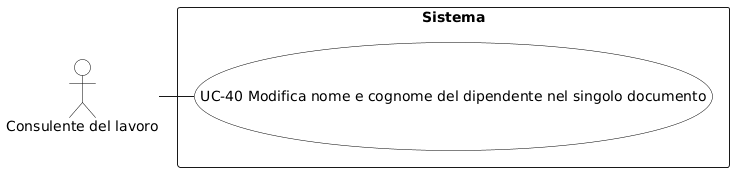
The PlantUML diagram RTB/Analisi dei Requisiti/diagrammi_use_case/UC-40.png in aLittleByte-19/Documentazione, before a commit.
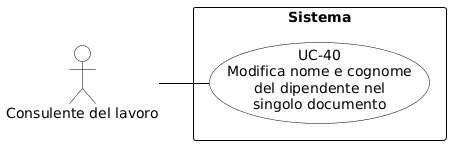
After the commit.

Diff of the diagram source:
```diff
@@ -1,20 +1,29 @@
 @startuml
-skinparam backgroundColor white
+skinparam shadowing false
+skinparam defaultFontName Arial
+left to right direction
+skinparam nodesep 15
+skinparam ranksep 50
+
+skinparam usecase {
+    BackgroundColor white
+    BorderColor black
+    ArrowColor black
+}
 skinparam actor {
-  BackgroundColor white
-  BorderColor black
-  FontColor black
+    BackgroundColor white
+    BorderColor black
 }
-skinparam usecase {
-  BackgroundColor white
-  BorderColor black
-  FontColor black
+skinparam rectangle {
+    BorderColor black
+    FontStyle bold
 }
-actor "Consulente del lavoro" as C
+
+actor "Consulente del lavoro" as CL
 
 rectangle "Sistema" {
-  (UC-40 Modifica nome e cognome del dipendente nel singolo documento)
+    usecase "UC-40\nModifica nome e cognome\ndel dipendente nel\nsingolo documento" as UC40
 }
 
-C - (UC-40 Modifica nome e cognome del dipendente nel singolo documento)
+CL -- UC40
 @enduml
```
